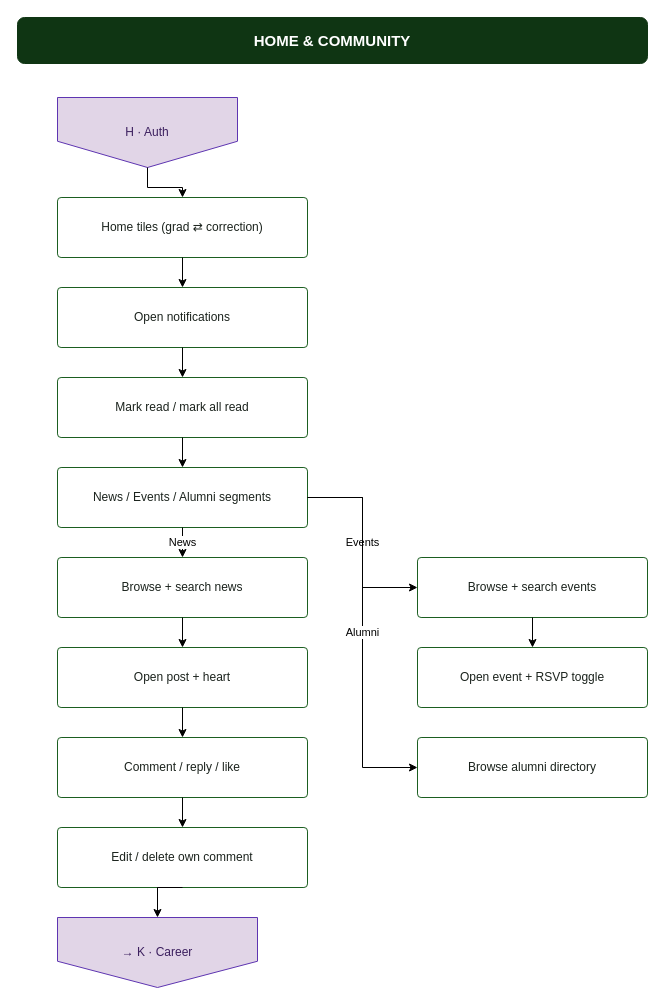
This is page "Mobile — Home & Community" (3 of 4) of docs/reunio-mobile-flow.drawio from dibidjims17/Alumni-System, a draw.io file, before an edit. Source tidied: cells renumbered, new cells numbered last; positions are measured from the earlier drawing's top-left corner, leaving out a move shared by most shapes. Both pictures are drawn from the tidied source at 100%, with x=0, y=0 at pixel (17, 17).
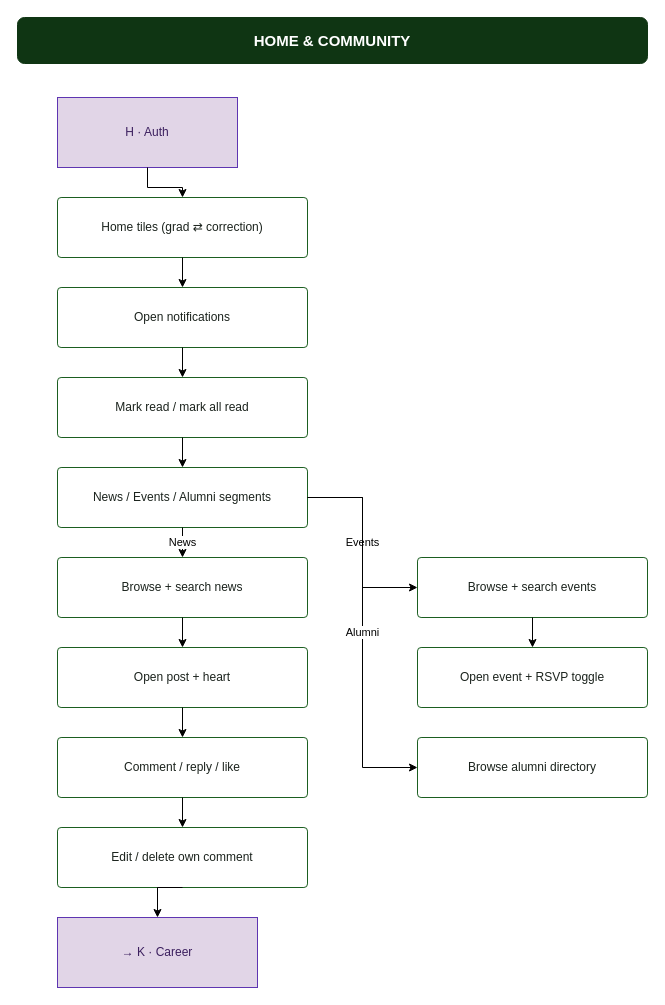
The same diagram, later.

The edit, as a diff of the source:
```diff
@@
-    <mxCell id="3" value="H · Auth" style="shape=offPageConnector;whiteSpace=wrap;html=1;fillColor=#e1d5e7;strokeColor=#5e35b1;fontSize=12;fontColor=#3b1f5e;" parent="1" vertex="1">
+    <mxCell id="3" value="H · Auth" style="shape=rectangle;rounded=0;whiteSpace=wrap;html=1;fillColor=#e1d5e7;strokeColor=#5e35b1;fontSize=12;fontColor=#3b1f5e;" parent="1" vertex="1">
       <mxGeometry x="40" y="80" width="180" height="70" as="geometry" />
     </mxCell>
@@
-    <mxCell id="12" value="→ K · Career" style="shape=offPageConnector;whiteSpace=wrap;html=1;fillColor=#e1d5e7;strokeColor=#5e35b1;fontSize=12;fontColor=#3b1f5e;" parent="1" vertex="1">
+    <mxCell id="12" value="→ K · Career" style="shape=rectangle;rounded=0;whiteSpace=wrap;html=1;fillColor=#e1d5e7;strokeColor=#5e35b1;fontSize=12;fontColor=#3b1f5e;" parent="1" vertex="1">
       <mxGeometry x="40" y="900" width="200" height="70" as="geometry" />
     </mxCell>
```
